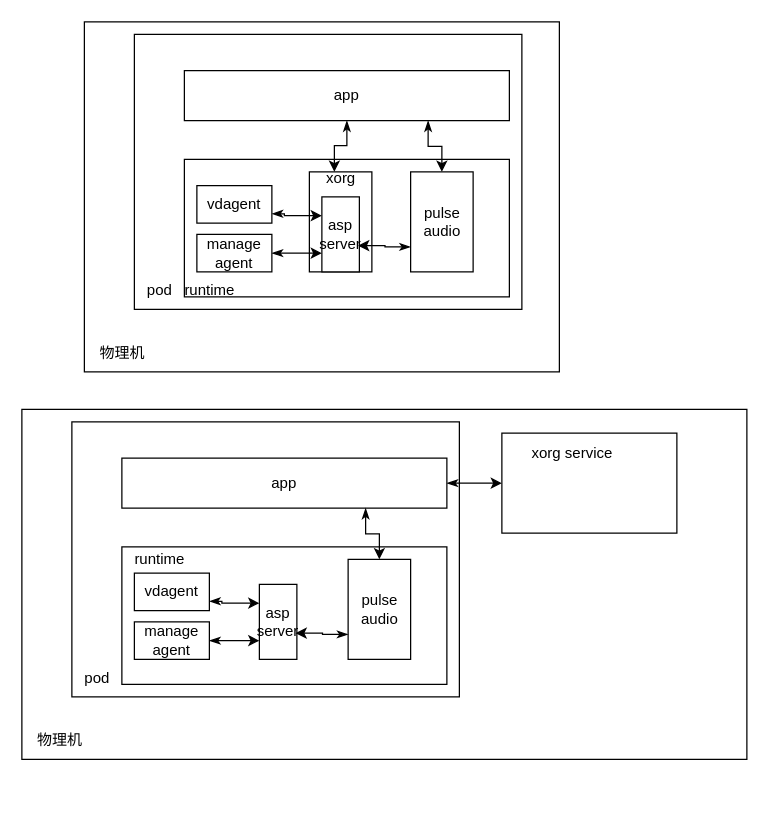
Before: page "架构图" (10 of 10) of Untitled Diagram.drawio in gaojunhao/diagrams, a draw.io diagram. Source tidied: cells renumbered, new cells numbered last; positions are measured from the earlier drawing's top-left corner, leaving out a move shared by most shapes. Both pictures are drawn from the tidied source at 125%, with x=0, y=0 at pixel (21, 21).
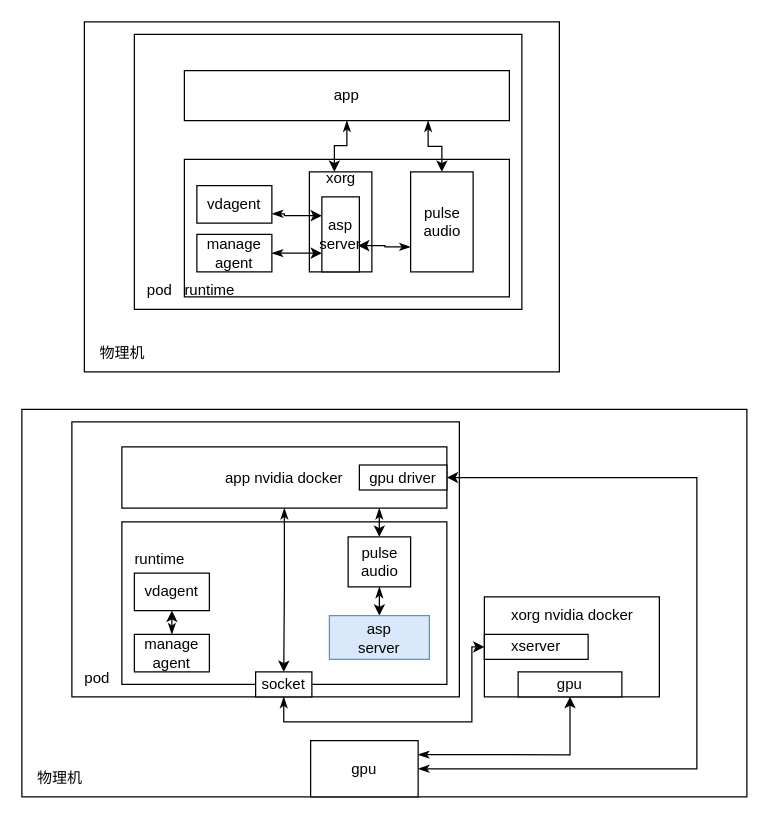
The same diagram, later.

Unchanged cells that the change refers to:
```xml
<mxCell id="33" value="vdagent" style="rounded=0;whiteSpace=wrap;html=1;" parent="1" vertex="1">
  <mxGeometry x="90" y="441" width="60" height="30" as="geometry" />
</mxCell>
```

What changed in the source:
```diff
@@
     <mxCell id="21" style="rounded=0;whiteSpace=wrap;html=1;" parent="1" vertex="1">
-      <mxGeometry y="310" width="580" height="280" as="geometry" />
+      <mxGeometry y="310" width="580" height="310" as="geometry" />
     </mxCell>
     <mxCell id="22" value="物理机" style="text;html=1;align=center;verticalAlign=middle;strokeColor=none;fillColor=none;" parent="1" vertex="1">
-      <mxGeometry y="560" width="60" height="30" as="geometry" />
+      <mxGeometry y="590" width="60" height="30" as="geometry" />
     </mxCell>
@@
-    <mxCell id="25" style="edgeStyle=orthogonalEdgeStyle;rounded=0;jettySize=auto;html=1;exitX=1;exitY=0.5;exitDx=0;exitDy=0;entryX=0;entryY=0.5;entryDx=0;entryDy=0;startArrow=classicThin;startFill=1;" parent="1" edge="1" source="26" target="38">
-      <mxGeometry relative="1" as="geometry" />
-    </mxCell>
-    <mxCell id="26" value="app" style="rounded=0;whiteSpace=wrap;html=1;" parent="1" vertex="1">
-      <mxGeometry x="80" y="349" width="260" height="40" as="geometry" />
+    <mxCell id="26" value="app nvidia docker" style="rounded=0;whiteSpace=wrap;html=1;" parent="1" vertex="1">
+      <mxGeometry x="80" y="340" width="260" height="49" as="geometry" />
     </mxCell>
     <mxCell id="27" style="rounded=0;whiteSpace=wrap;html=1;" parent="1" vertex="1">
-      <mxGeometry x="80" y="420" width="260" height="110" as="geometry" />
+      <mxGeometry x="80" y="400" width="260" height="130" as="geometry" />
     </mxCell>
@@
+    <mxCell id="40" style="edgeStyle=orthogonalEdgeStyle;rounded=0;jettySize=auto;html=1;exitX=0.5;exitY=1;exitDx=0;exitDy=0;entryX=0.5;entryY=0;entryDx=0;entryDy=0;startArrow=classicThin;startFill=1;" parent="1" edge="1" source="29" target="43">
+      <mxGeometry relative="1" as="geometry" />
+    </mxCell>
     <mxCell id="29" style="rounded=0;whiteSpace=wrap;html=1;" parent="1" vertex="1">
-      <mxGeometry x="261" y="430" width="50" height="80" as="geometry" />
+      <mxGeometry x="261" y="412" width="50" height="40" as="geometry" />
     </mxCell>
     <mxCell id="30" value="pulse&lt;br&gt;audio" style="text;html=1;align=center;verticalAlign=middle;strokeColor=none;fillColor=none;" parent="1" vertex="1">
-      <mxGeometry x="261" y="450" width="50" height="40" as="geometry" />
+      <mxGeometry x="261" y="412" width="50" height="40" as="geometry" />
     </mxCell>
+    <mxCell id="41" style="edgeStyle=orthogonalEdgeStyle;rounded=0;jettySize=auto;html=1;exitX=0.5;exitY=1;exitDx=0;exitDy=0;entryX=0;entryY=0.5;entryDx=0;entryDy=0;startArrow=classicThin;startFill=1;" parent="1" edge="1" source="31" target="49">
+      <mxGeometry relative="1" as="geometry">
+        <Array as="points">
+          <mxPoint x="210" y="560" />
+          <mxPoint x="360" y="560" />
+          <mxPoint x="360" y="500" />
+        </Array>
+      </mxGeometry>
+    </mxCell>
-    <mxCell id="31" value="asp&lt;br&gt;server" style="rounded=0;whiteSpace=wrap;html=1;" parent="1" vertex="1">
-      <mxGeometry x="190" y="450" width="30" height="60" as="geometry" />
+    <mxCell id="31" value="socket" style="rounded=0;whiteSpace=wrap;html=1;" parent="1" vertex="1">
+      <mxGeometry x="187" y="520" width="45" height="20" as="geometry" />
     </mxCell>
-    <mxCell id="32" style="edgeStyle=orthogonalEdgeStyle;rounded=0;jettySize=auto;html=1;exitX=1;exitY=0.75;exitDx=0;exitDy=0;entryX=0;entryY=0.25;entryDx=0;entryDy=0;startArrow=classicThin;startFill=1;" parent="1" edge="1" source="33" target="31">
-      <mxGeometry relative="1" as="geometry">
-        <Array as="points">
-          <mxPoint x="160" y="463" />
-          <mxPoint x="160" y="465" />
-        </Array>
-      </mxGeometry>
-    </mxCell>
@@
-    <mxCell id="34" style="edgeStyle=orthogonalEdgeStyle;rounded=0;jettySize=auto;html=1;exitX=1;exitY=0.5;exitDx=0;exitDy=0;entryX=0;entryY=0.75;entryDx=0;entryDy=0;startArrow=classicThin;startFill=1;" parent="1" edge="1" source="35" target="31">
-      <mxGeometry relative="1" as="geometry" />
-    </mxCell>
+    <mxCell id="42" style="edgeStyle=orthogonalEdgeStyle;rounded=0;jettySize=auto;html=1;exitX=0.5;exitY=0;exitDx=0;exitDy=0;entryX=0.5;entryY=1;entryDx=0;entryDy=0;startArrow=classicThin;startFill=1;" parent="1" edge="1" source="35" target="33">
+      <mxGeometry relative="1" as="geometry" />
+    </mxCell>
     <mxCell id="35" value="manage agent" style="rounded=0;whiteSpace=wrap;html=1;" parent="1" vertex="1">
-      <mxGeometry x="90" y="480" width="60" height="30" as="geometry" />
+      <mxGeometry x="90" y="490" width="60" height="30" as="geometry" />
     </mxCell>
-    <mxCell id="36" style="edgeStyle=orthogonalEdgeStyle;rounded=0;jettySize=auto;html=1;exitX=0.75;exitY=1;exitDx=0;exitDy=0;entryX=0.5;entryY=0;entryDx=0;entryDy=0;startArrow=classicThin;startFill=1;" parent="1" edge="1" source="26" target="29">
+    <mxCell id="36" style="edgeStyle=orthogonalEdgeStyle;rounded=0;jettySize=auto;html=1;exitX=0.792;exitY=1;exitDx=0;exitDy=0;entryX=0.5;entryY=0;entryDx=0;entryDy=0;startArrow=classicThin;startFill=1;exitPerimeter=0;" parent="1" edge="1" source="26" target="29">
       <mxGeometry relative="1" as="geometry" />
     </mxCell>
-    <mxCell id="37" style="edgeStyle=orthogonalEdgeStyle;rounded=0;jettySize=auto;html=1;exitX=0;exitY=0.75;exitDx=0;exitDy=0;entryX=0.967;entryY=0.65;entryDx=0;entryDy=0;entryPerimeter=0;startArrow=classicThin;startFill=1;" parent="1" edge="1" source="29" target="31">
-      <mxGeometry relative="1" as="geometry" />
-    </mxCell>
     <mxCell id="38" style="rounded=0;whiteSpace=wrap;html=1;" parent="1" vertex="1">
-      <mxGeometry x="384" y="329" width="140" height="80" as="geometry" />
+      <mxGeometry x="370" y="460" width="140" height="80" as="geometry" />
     </mxCell>
-    <mxCell id="39" value="xorg service" style="text;html=1;align=center;verticalAlign=middle;strokeColor=none;fillColor=none;" parent="1" vertex="1">
-      <mxGeometry x="395" y="330" width="90" height="30" as="geometry" />
+    <mxCell id="39" value="xorg nvidia docker" style="text;html=1;align=center;verticalAlign=middle;strokeColor=none;fillColor=none;" parent="1" vertex="1">
+      <mxGeometry x="380" y="460" width="120" height="30" as="geometry" />
     </mxCell>
+    <mxCell id="43" value="asp&lt;br&gt;server" style="rounded=0;whiteSpace=wrap;html=1;fillColor=#dae8fc;strokeColor=#6c8ebf;" parent="1" vertex="1">
+      <mxGeometry x="246" y="475" width="80" height="35" as="geometry" />
+    </mxCell>
+    <mxCell id="44" style="edgeStyle=orthogonalEdgeStyle;rounded=0;jettySize=auto;html=1;exitX=1;exitY=0.5;exitDx=0;exitDy=0;entryX=1;entryY=0.5;entryDx=0;entryDy=0;startArrow=classicThin;startFill=1;" parent="1" edge="1" source="46" target="26">
+      <mxGeometry relative="1" as="geometry">
+        <Array as="points">
+          <mxPoint x="540" y="598" />
+          <mxPoint x="540" y="365" />
+        </Array>
+      </mxGeometry>
+    </mxCell>
+    <mxCell id="45" style="edgeStyle=orthogonalEdgeStyle;rounded=0;jettySize=auto;html=1;exitX=1;exitY=0.25;exitDx=0;exitDy=0;startArrow=classicThin;startFill=1;" parent="1" edge="1" source="46" target="47">
+      <mxGeometry relative="1" as="geometry" />
+    </mxCell>
+    <mxCell id="46" value="gpu" style="rounded=0;whiteSpace=wrap;html=1;" parent="1" vertex="1">
+      <mxGeometry x="231" y="575" width="86" height="45" as="geometry" />
+    </mxCell>
+    <mxCell id="47" value="gpu" style="rounded=0;whiteSpace=wrap;html=1;" parent="1" vertex="1">
+      <mxGeometry x="397" y="520" width="83" height="20" as="geometry" />
+    </mxCell>
+    <mxCell id="48" style="edgeStyle=orthogonalEdgeStyle;rounded=0;jettySize=auto;html=1;exitX=0.5;exitY=1;exitDx=0;exitDy=0;entryX=0.5;entryY=0;entryDx=0;entryDy=0;startArrow=classicThin;startFill=1;" parent="1" edge="1" source="26" target="31">
+      <mxGeometry relative="1" as="geometry" />
+    </mxCell>
+    <mxCell id="49" value="xserver" style="rounded=0;whiteSpace=wrap;html=1;" parent="1" vertex="1">
+      <mxGeometry x="370" y="490" width="83" height="20" as="geometry" />
+    </mxCell>
+    <mxCell id="50" value="gpu driver" style="rounded=0;whiteSpace=wrap;html=1;" parent="1" vertex="1">
+      <mxGeometry x="270" y="354.5" width="70" height="20" as="geometry" />
+    </mxCell>
```
